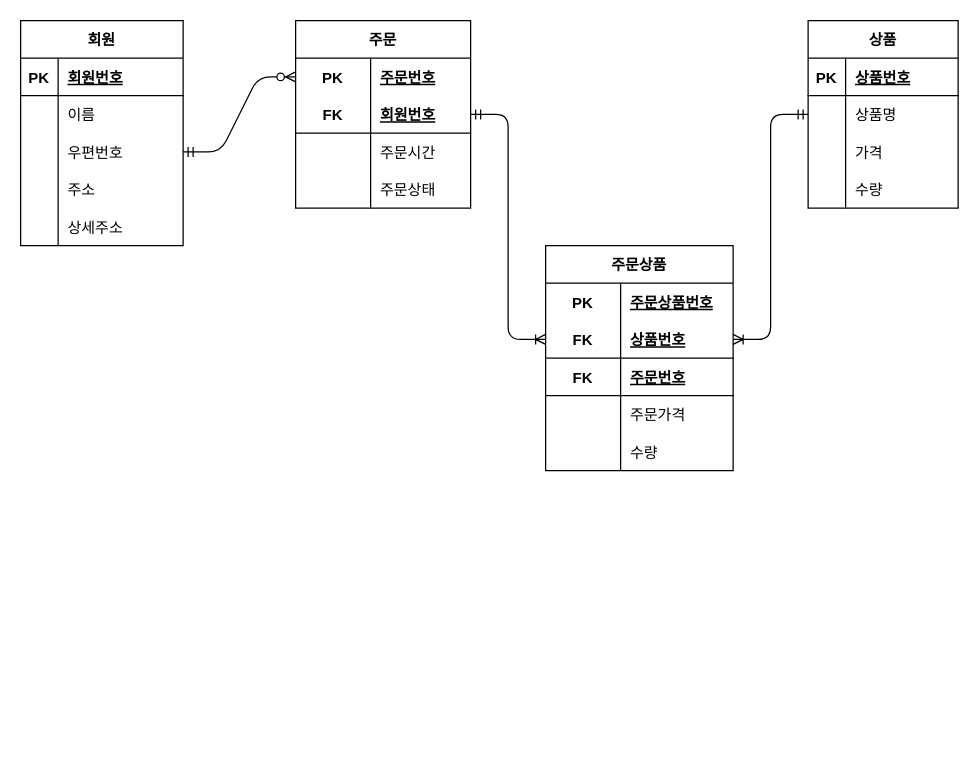
Above: mart/erd/mart.drawio in poweron0335/bootsource (draw.io), before the change. Source tidied: cells renumbered, new cells numbered last; positions are measured from the earlier drawing's top-left corner, leaving out a move shared by most shapes. Both pictures are drawn from the tidied source at 125%, with x=0, y=0 at pixel (20, 20).
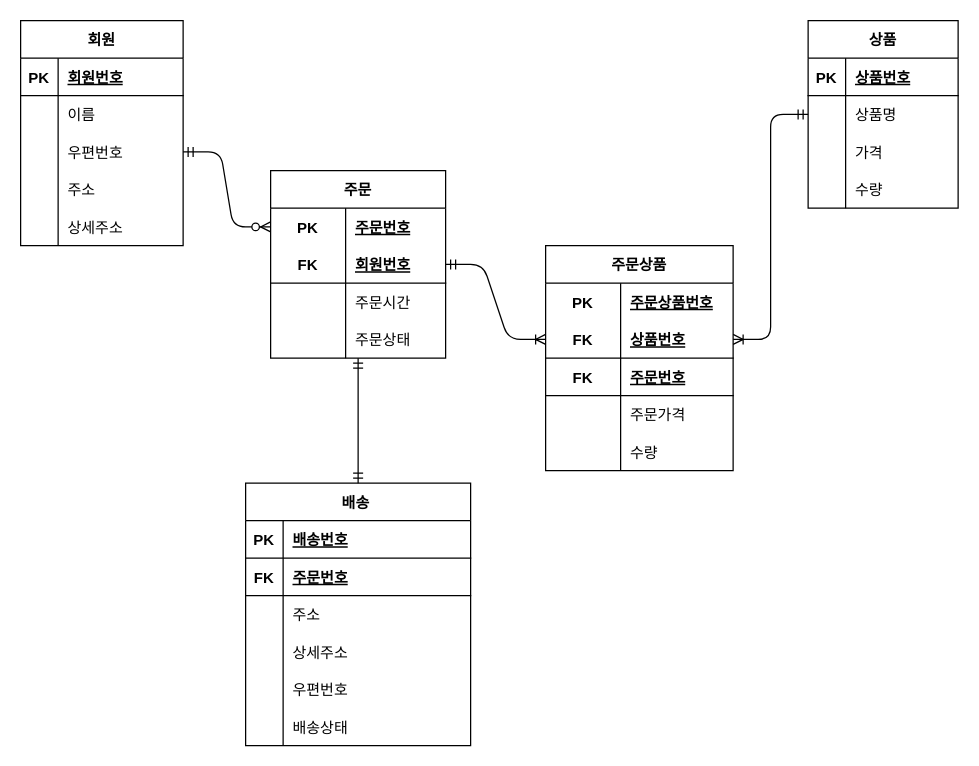
The same diagram, later.

The edit, as a diff of the source:
```diff
@@
     <mxCell id="31" value="주문" style="shape=table;startSize=30;childLayout=tableLayout;rowLines=0;fontStyle=1;align=center;" parent="1" vertex="1">
-      <mxGeometry x="220" width="140" height="150" as="geometry" />
+      <mxGeometry x="200" y="120" width="140" height="150" as="geometry" />
     </mxCell>
@@
+    <mxCell id="63" value="배송 " style="shape=table;startSize=30;childLayout=tableLayout;rowLines=0;fontStyle=1;align=center;" parent="1" vertex="1">
+      <mxGeometry x="180" y="370" width="180" height="210" as="geometry" />
+    </mxCell>
+    <mxCell id="64" style="shape=tableRow;horizontal=0;startSize=0;swimlaneHead=0;swimlaneBody=0;fillColor=none;top=0;left=0;right=0;bottom=1;" parent="63" vertex="1">
+      <mxGeometry y="30" width="180" height="30" as="geometry" />
+    </mxCell>
+    <mxCell id="65" value="PK" style="shape=partialRectangle;fillColor=none;top=0;left=0;bottom=0;right=0;fontStyle=1;overflow=hidden;" parent="64" vertex="1">
+      <mxGeometry width="30" height="30" as="geometry" />
+    </mxCell>
+    <mxCell id="66" value="배송번호" style="shape=partialRectangle;fillColor=none;top=0;left=0;bottom=0;right=0;align=left;spacingLeft=6;fontStyle=5;overflow=hidden;" parent="64" vertex="1">
+      <mxGeometry x="30" width="150" height="30" as="geometry" />
+    </mxCell>
+    <mxCell id="67" style="shape=tableRow;horizontal=0;startSize=0;swimlaneHead=0;swimlaneBody=0;fillColor=none;top=0;left=0;right=0;bottom=1;" parent="63" vertex="1">
+      <mxGeometry y="60" width="180" height="30" as="geometry" />
+    </mxCell>
+    <mxCell id="68" value="FK" style="shape=partialRectangle;fillColor=none;top=0;left=0;bottom=0;right=0;fontStyle=1;overflow=hidden;" parent="67" vertex="1">
+      <mxGeometry width="30" height="30" as="geometry" />
+    </mxCell>
+    <mxCell id="69" value="주문번호" style="shape=partialRectangle;fillColor=none;top=0;left=0;bottom=0;right=0;align=left;spacingLeft=6;fontStyle=5;overflow=hidden;" parent="67" vertex="1">
+      <mxGeometry x="30" width="150" height="30" as="geometry" />
+    </mxCell>
+    <mxCell id="70" style="shape=tableRow;horizontal=0;startSize=0;swimlaneHead=0;swimlaneBody=0;fillColor=none;top=0;left=0;right=0;bottom=0;" parent="63" vertex="1">
+      <mxGeometry y="90" width="180" height="30" as="geometry" />
+    </mxCell>
+    <mxCell id="71" style="shape=partialRectangle;fillColor=none;top=0;left=0;bottom=0;right=0;overflow=hidden;" parent="70" vertex="1">
+      <mxGeometry width="30" height="30" as="geometry" />
+    </mxCell>
+    <mxCell id="72" value="주소" style="shape=partialRectangle;fillColor=none;top=0;left=0;bottom=0;right=0;align=left;spacingLeft=6;overflow=hidden;" parent="70" vertex="1">
+      <mxGeometry x="30" width="150" height="30" as="geometry" />
+    </mxCell>
+    <mxCell id="73" style="shape=tableRow;horizontal=0;startSize=0;swimlaneHead=0;swimlaneBody=0;fillColor=none;top=0;left=0;right=0;bottom=0;" parent="63" vertex="1">
+      <mxGeometry y="120" width="180" height="30" as="geometry" />
+    </mxCell>
+    <mxCell id="74" style="shape=partialRectangle;fillColor=none;top=0;left=0;bottom=0;right=0;overflow=hidden;" parent="73" vertex="1">
+      <mxGeometry width="30" height="30" as="geometry" />
+    </mxCell>
+    <mxCell id="75" value="상세주소" style="shape=partialRectangle;fillColor=none;top=0;left=0;bottom=0;right=0;align=left;spacingLeft=6;overflow=hidden;" parent="73" vertex="1">
+      <mxGeometry x="30" width="150" height="30" as="geometry" />
+    </mxCell>
+    <mxCell id="76" style="shape=tableRow;horizontal=0;startSize=0;swimlaneHead=0;swimlaneBody=0;fillColor=none;top=0;left=0;right=0;bottom=0;" parent="63" vertex="1">
+      <mxGeometry y="150" width="180" height="30" as="geometry" />
+    </mxCell>
+    <mxCell id="77" style="shape=partialRectangle;fillColor=none;top=0;left=0;bottom=0;right=0;overflow=hidden;" parent="76" vertex="1">
+      <mxGeometry width="30" height="30" as="geometry" />
+    </mxCell>
+    <mxCell id="78" value="우편번호" style="shape=partialRectangle;fillColor=none;top=0;left=0;bottom=0;right=0;align=left;spacingLeft=6;overflow=hidden;" parent="76" vertex="1">
+      <mxGeometry x="30" width="150" height="30" as="geometry" />
+    </mxCell>
+    <mxCell id="79" style="shape=tableRow;horizontal=0;startSize=0;swimlaneHead=0;swimlaneBody=0;fillColor=none;top=0;left=0;right=0;bottom=0;" parent="63" vertex="1">
+      <mxGeometry y="180" width="180" height="30" as="geometry" />
+    </mxCell>
+    <mxCell id="80" style="shape=partialRectangle;fillColor=none;top=0;left=0;bottom=0;right=0;overflow=hidden;" parent="79" vertex="1">
+      <mxGeometry width="30" height="30" as="geometry" />
+    </mxCell>
+    <mxCell id="81" value="배송상태" style="shape=partialRectangle;fillColor=none;top=0;left=0;bottom=0;right=0;align=left;spacingLeft=6;overflow=hidden;" parent="79" vertex="1">
+      <mxGeometry x="30" width="150" height="30" as="geometry" />
+    </mxCell>
+    <mxCell id="82" style="fontSize=12;html=1;endArrow=ERmandOne;startArrow=ERmandOne;exitX=0.5;exitY=0;exitDx=0;exitDy=0;" parent="1" edge="1" source="63">
+      <mxGeometry relative="1" as="geometry">
+        <mxPoint x="270" y="270" as="targetPoint" />
+      </mxGeometry>
+    </mxCell>
```
